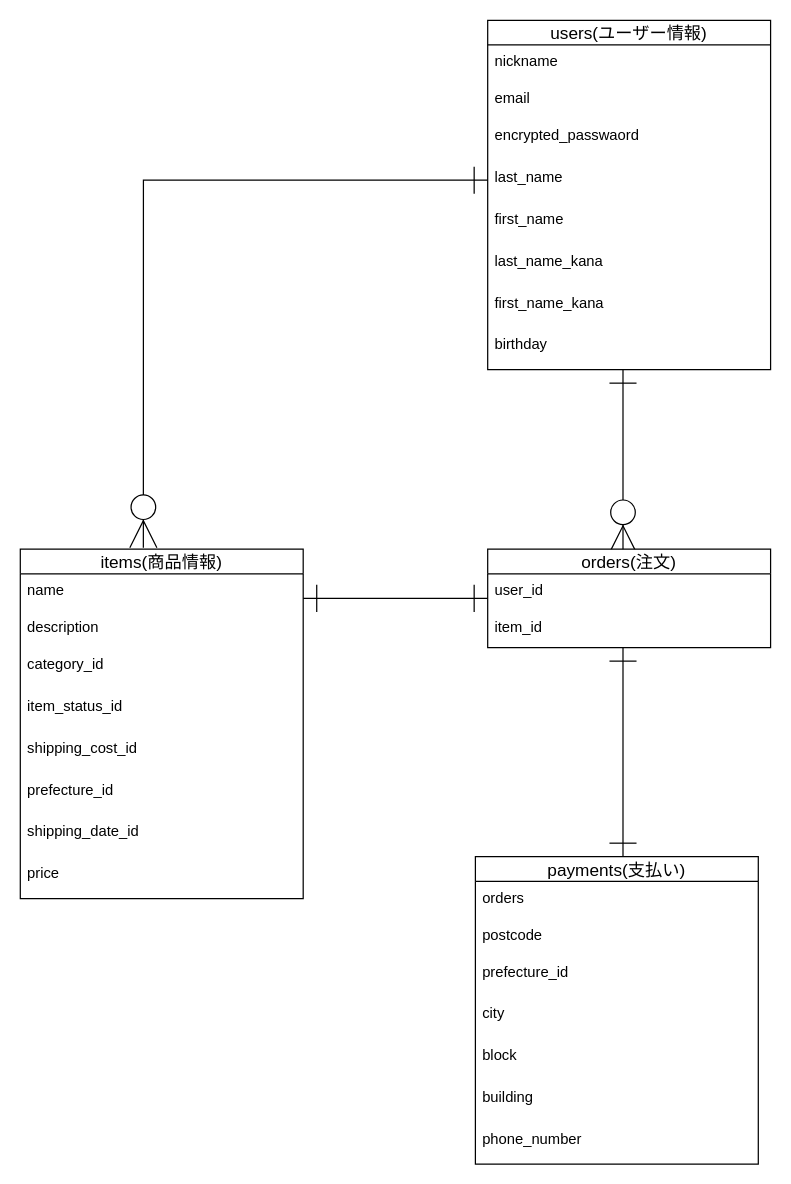
The draw.io diagram er.dio in ryoppie/furima-38872, before the edit. Source tidied: cells renumbered, new cells numbered last; positions are measured from the earlier drawing's top-left corner, leaving out a move shared by most shapes. Both pictures are drawn from the tidied source at 123%, with x=0, y=0 at pixel (20, 20).
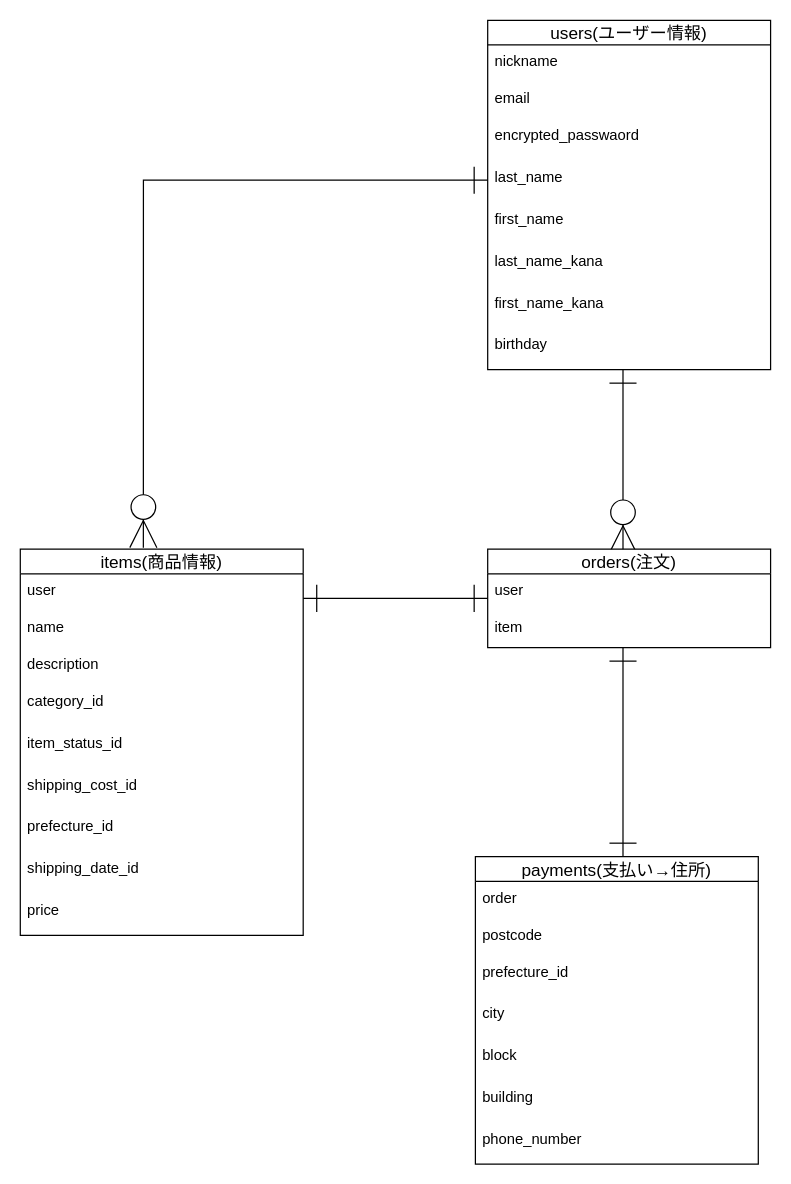
The same page after the edit.

Commit message (it also covers changes not shown here):
deta_base

The change refers to these unchanged cells:
```xml
<mxCell id="12" value="orders(注文)" style="swimlane;fontStyle=0;horizontal=1;startSize=20;align=center;fontSize=14;" parent="1" vertex="1">
  <mxGeometry x="380" y="430" width="230" height="80" as="geometry" />
</mxCell>
```

Diff of the diagram source:
```diff
@@
-    <mxCell id="13" value="user_id" style="text;strokeColor=none;fillColor=none;spacingLeft=4;spacingRight=4;overflow=hidden;fontSize=12;" parent="12" vertex="1">
+    <mxCell id="13" value="user" style="text;strokeColor=none;fillColor=none;spacingLeft=4;spacingRight=4;overflow=hidden;fontSize=12;" parent="12" vertex="1">
       <mxGeometry y="20" width="230" height="30" as="geometry" />
     </mxCell>
@@
-    <mxCell id="15" value="item_id" style="text;strokeColor=none;fillColor=none;spacingLeft=4;spacingRight=4;overflow=hidden;fontSize=12;" parent="12" vertex="1">
+    <mxCell id="15" value="item" style="text;strokeColor=none;fillColor=none;spacingLeft=4;spacingRight=4;overflow=hidden;fontSize=12;" parent="12" vertex="1">
       <mxGeometry y="50" width="230" height="30" as="geometry" />
     </mxCell>
@@
-    <mxCell id="17" value="payments(支払い)" style="swimlane;fontStyle=0;horizontal=1;startSize=20;align=center;fontSize=14;" parent="1" vertex="1">
+    <mxCell id="17" value="payments(支払い→住所)" style="swimlane;fontStyle=0;horizontal=1;startSize=20;align=center;fontSize=14;" parent="1" vertex="1">
       <mxGeometry x="370" y="680" width="230" height="250" as="geometry" />
     </mxCell>
-    <mxCell id="18" value="orders" style="text;strokeColor=none;fillColor=none;spacingLeft=4;spacingRight=4;overflow=hidden;fontSize=12;" parent="17" vertex="1">
+    <mxCell id="18" value="order" style="text;strokeColor=none;fillColor=none;spacingLeft=4;spacingRight=4;overflow=hidden;fontSize=12;" parent="17" vertex="1">
       <mxGeometry y="20" width="230" height="30" as="geometry" />
     </mxCell>
@@
     <mxCell id="26" value="items(商品情報)" style="swimlane;fontStyle=0;horizontal=1;startSize=20;align=center;fontSize=14;" parent="1" vertex="1">
-      <mxGeometry y="430" width="230" height="284" as="geometry" />
+      <mxGeometry y="430" width="230" height="314" as="geometry" />
     </mxCell>
+    <mxCell id="35" value="user" style="text;strokeColor=none;fillColor=none;spacingLeft=4;spacingRight=4;overflow=hidden;fontSize=12;" parent="26" vertex="1">
+      <mxGeometry y="20" width="230" height="30" as="geometry" />
+    </mxCell>
     <mxCell id="27" value="name" style="text;strokeColor=none;fillColor=none;spacingLeft=4;spacingRight=4;overflow=hidden;fontSize=12;" parent="26" vertex="1">
-      <mxGeometry y="20" width="230" height="30" as="geometry" />
+      <mxGeometry y="50" width="230" height="30" as="geometry" />
     </mxCell>
     <mxCell id="28" value="description" style="text;strokeColor=none;fillColor=none;spacingLeft=4;spacingRight=4;overflow=hidden;fontSize=12;" parent="26" vertex="1">
-      <mxGeometry y="50" width="230" height="30" as="geometry" />
+      <mxGeometry y="80" width="230" height="30" as="geometry" />
     </mxCell>
     <mxCell id="29" value="category_id" style="text;strokeColor=none;fillColor=none;spacingLeft=4;spacingRight=4;overflow=hidden;fontSize=12;" parent="26" vertex="1">
-      <mxGeometry y="80" width="230" height="34" as="geometry" />
+      <mxGeometry y="110" width="230" height="34" as="geometry" />
     </mxCell>
     <mxCell id="30" value="item_status_id" style="text;strokeColor=none;fillColor=none;spacingLeft=4;spacingRight=4;overflow=hidden;fontSize=12;" parent="26" vertex="1">
-      <mxGeometry y="114" width="230" height="34" as="geometry" />
+      <mxGeometry y="144" width="230" height="34" as="geometry" />
     </mxCell>
     <mxCell id="31" value="shipping_cost_id" style="text;strokeColor=none;fillColor=none;spacingLeft=4;spacingRight=4;overflow=hidden;fontSize=12;" parent="26" vertex="1">
-      <mxGeometry y="148" width="230" height="34" as="geometry" />
+      <mxGeometry y="178" width="230" height="34" as="geometry" />
     </mxCell>
     <mxCell id="32" value="prefecture_id" style="text;strokeColor=none;fillColor=none;spacingLeft=4;spacingRight=4;overflow=hidden;fontSize=12;fontStyle=0;" parent="26" vertex="1">
-      <mxGeometry y="182" width="230" height="34" as="geometry" />
+      <mxGeometry y="212" width="230" height="34" as="geometry" />
     </mxCell>
     <mxCell id="33" value="shipping_date_id" style="text;strokeColor=none;fillColor=none;spacingLeft=4;spacingRight=4;overflow=hidden;fontSize=12;" parent="26" vertex="1">
-      <mxGeometry y="216" width="230" height="34" as="geometry" />
+      <mxGeometry y="246" width="230" height="34" as="geometry" />
     </mxCell>
     <mxCell id="34" value="price" style="text;strokeColor=none;fillColor=none;spacingLeft=4;spacingRight=4;overflow=hidden;fontSize=12;" parent="26" vertex="1">
-      <mxGeometry y="250" width="230" height="34" as="geometry" />
+      <mxGeometry y="280" width="230" height="34" as="geometry" />
     </mxCell>
```
